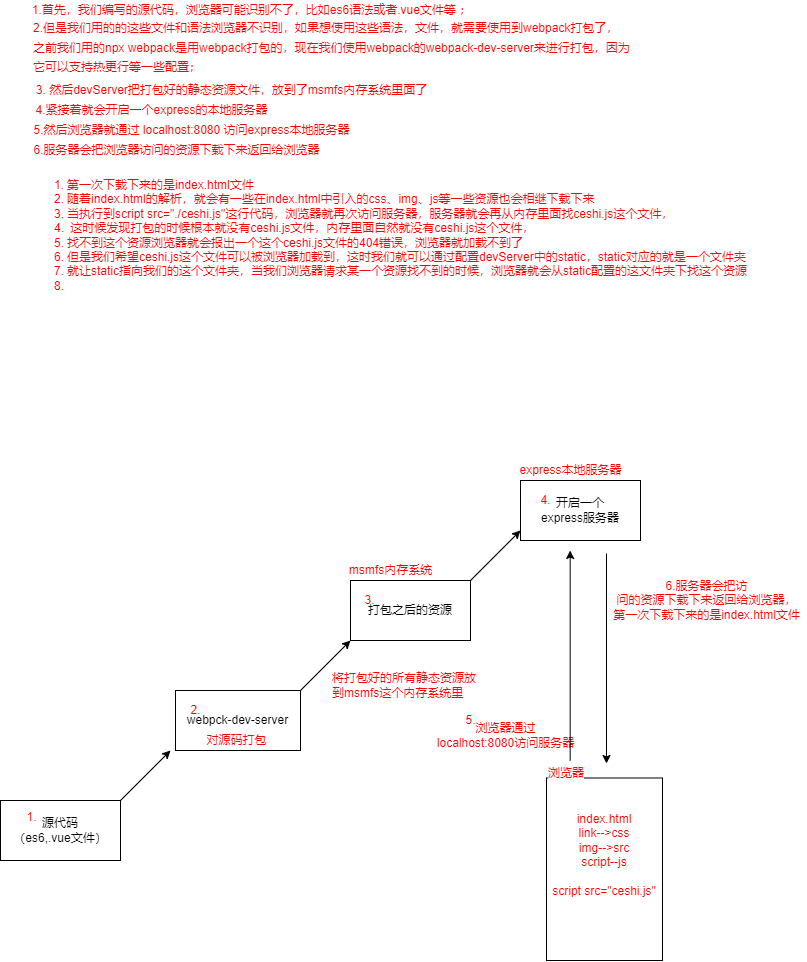
PrivateCodeWorld/learning-notes keeps this draw.io diagram as 前端学习思维导图/devServer打包流程.drawio.png. Above is the earlier version. Source tidied: cells renumbered, new cells last; positions are measured from the earlier drawing's top-left corner, leaving out a move shared by most shapes.
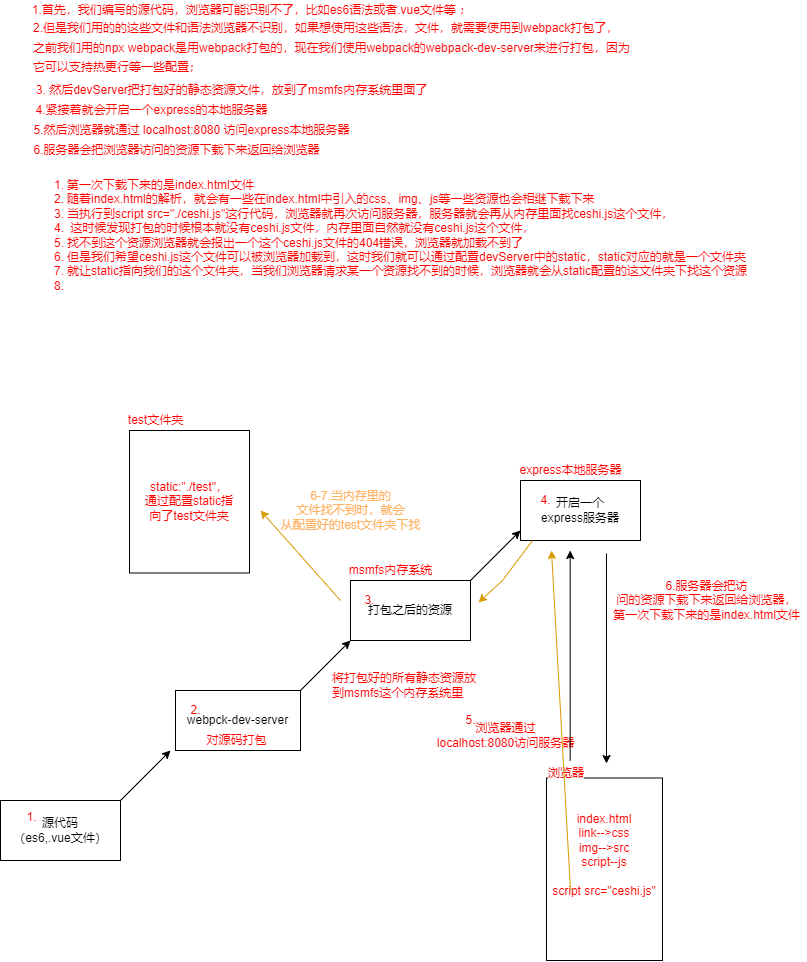
Above is the later version.

Commit message:
更新devServer打包流程.drawio.png

Diff of the diagram source:
```diff
@@ -107,5 +107,35 @@
     <mxCell id="31" value="&lt;ol&gt;&lt;li&gt;第一次下载下来的是index.html文件&lt;/li&gt;&lt;li&gt;随着index.html的解析，就会有一些在index.html中引入的css、img、js等一些资源也会相继下载下来&lt;/li&gt;&lt;li&gt;当执行到script src=&quot;./ceshi.js&quot;这行代码，浏览器就再次访问服务器，服务器就会再从内存里面找ceshi.js这个文件，&lt;/li&gt;&lt;li&gt;&amp;nbsp;&lt;span&gt;这时候发现打包的时候根本就没有ceshi.js文件，内存里面自然就没有ceshi.js这个文件，&lt;/span&gt;&lt;/li&gt;&lt;li&gt;找不到这个资源浏览器就会报出一个这个ceshi.js文件的404错误，浏览器就加载不到了&lt;/li&gt;&lt;li&gt;但是我们希望ceshi.js这个文件可以被浏览器加载到，这时我们就可以通过配置devServer中的static，static对应的就是一个文件夹&lt;/li&gt;&lt;li&gt;就让static指向我们的这个文件夹，当我们浏览器请求某一个资源找不到的时候，浏览器就会从static配置的这文件夹下找这个资源&lt;/li&gt;&lt;li&gt;&lt;br&gt;&lt;/li&gt;&lt;/ol&gt;" style="text;html=1;align=left;verticalAlign=middle;strokeColor=none;fillColor=none;fontSize=12;fontColor=#FF0000;" parent="1" vertex="1">
       <mxGeometry x="25" y="165" width="740" height="140" as="geometry" />
     </mxCell>
+    <mxCell id="32" value="static:&quot;./test&quot;，&lt;br&gt;通过配置static指&lt;br&gt;向了test文件夹" style="whiteSpace=wrap;html=1;fontSize=12;fontColor=#FF0000;" parent="1" vertex="1">
+      <mxGeometry x="129" y="430" width="120" height="142.5" as="geometry" />
+    </mxCell>
+    <mxCell id="33" value="test文件夹" style="text;html=1;align=center;verticalAlign=middle;strokeColor=none;fillColor=none;fontSize=12;fontColor=#FF0000;" parent="1" vertex="1">
+      <mxGeometry x="120" y="410" width="70" height="20" as="geometry" />
+    </mxCell>
+    <mxCell id="34" style="endArrow=classic;html=1;rounded=0;fontSize=12;fontColor=#FF0000;fillColor=#ffe6cc;strokeColor=#d79b00;" parent="1" edge="1">
+      <mxGeometry relative="1" as="geometry">
+        <mxPoint x="340" y="600" as="sourcePoint" />
+        <mxPoint x="260" y="510" as="targetPoint" />
+      </mxGeometry>
+    </mxCell>
+    <mxCell id="35" style="endArrow=classic;html=1;rounded=0;fontSize=12;fontColor=#FF0000;fillColor=#ffe6cc;strokeColor=#d79b00;" parent="1" edge="1">
+      <mxGeometry relative="1" as="geometry">
+        <mxPoint x="570" y="890" as="sourcePoint" />
+        <mxPoint x="551" y="550" as="targetPoint" />
+      </mxGeometry>
+    </mxCell>
+    <mxCell id="36" style="endArrow=classic;html=1;rounded=0;fontSize=12;fontColor=#FF0000;fillColor=#ffe6cc;strokeColor=#d79b00;" parent="1" edge="1">
+      <mxGeometry relative="1" as="geometry">
+        <mxPoint x="532" y="540" as="sourcePoint" />
+        <mxPoint x="478" y="602" as="targetPoint" />
+        <Array as="points">
+          <mxPoint x="502" y="580" />
+        </Array>
+      </mxGeometry>
+    </mxCell>
+    <mxCell id="37" value="&lt;font color=&quot;#ffb366&quot;&gt;6-7.当内存里的&lt;br&gt;文件找不到时，就会&lt;br&gt;从配置好的test文件夹下找&lt;/font&gt;" style="text;html=1;align=center;verticalAlign=middle;strokeColor=none;fillColor=none;fontSize=12;fontColor=#FF0000;" parent="1" vertex="1">
+      <mxGeometry x="270" y="485" width="160" height="50" as="geometry" />
+    </mxCell>
   </root>
 </mxGraphModel>
```
